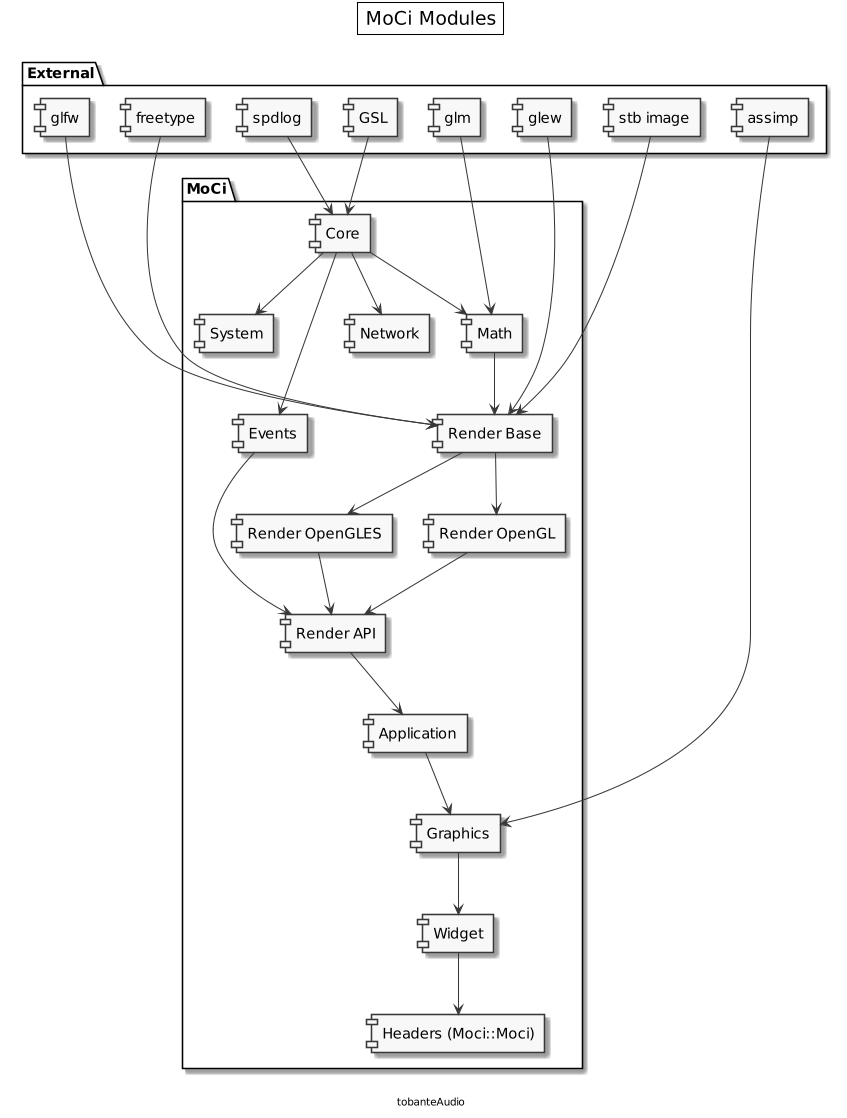
Above: docs/modules.png in tobanteAudio/moci (PlantUML), before the change.
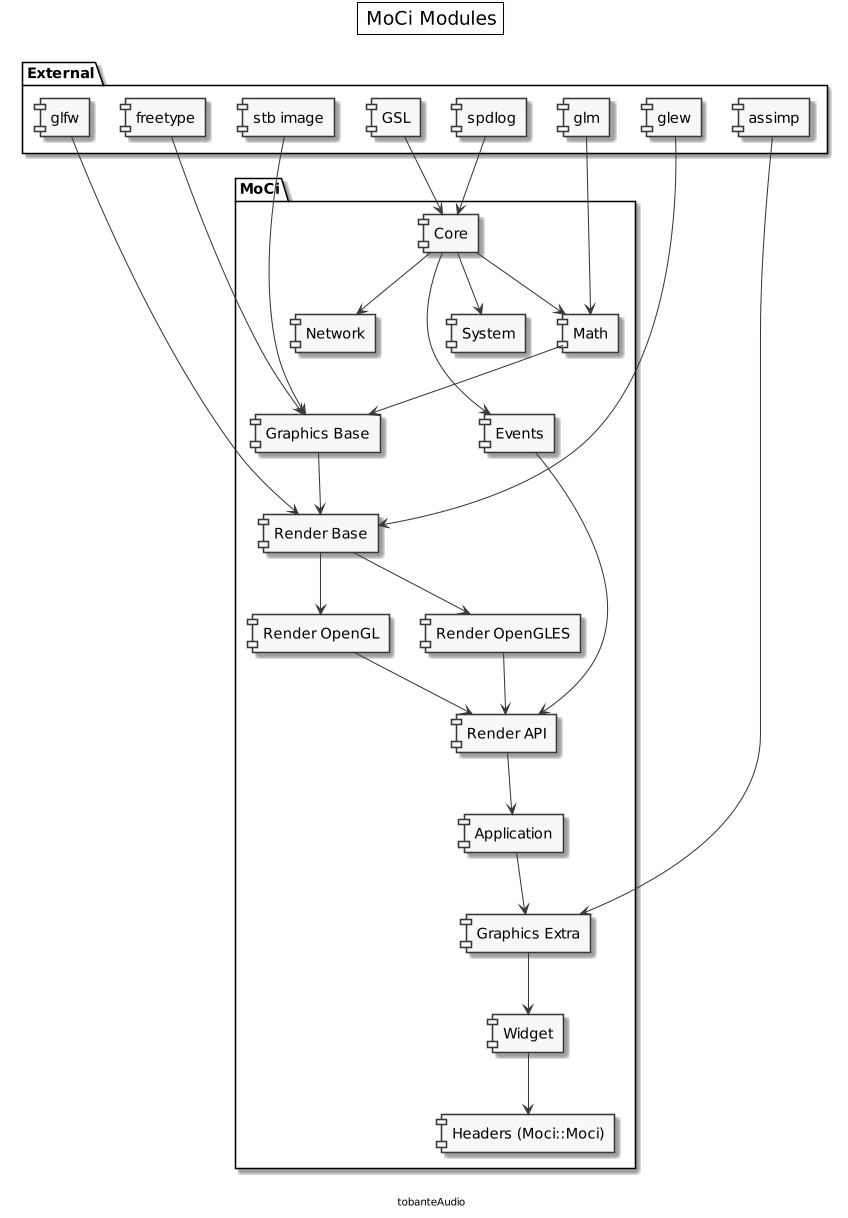
The same file after the commit.

Commit message:
Update module deps diagram

What changed in the source:
```diff
@@ -18,7 +18,8 @@
     [Application]
     [Core]
     [Events]
-    [Graphics]
+    [Graphics Base]
+    [Graphics Extra]
     [Headers (Moci::Moci)]
     [Math]
     [Network]
@@ -53,12 +54,14 @@
 
 [Core] --> [Math]
 [glm] --> [Math]
-[Math] --> [Render Base]
 
+[Math] --> [Graphics Base]
+[stb image] --> [Graphics Base]
+[freetype] --> [Graphics Base]
+
+[Graphics Base] --> [Render Base]
 [glfw] --> [Render Base]
 [glew] --> [Render Base]
-[stb image] --> [Render Base]
-[freetype] --> [Render Base]
 [Render Base] --> [Render OpenGL]
 [Render Base] --> [Render OpenGLES]
 
@@ -69,10 +72,10 @@
 
 [Render API] --> [Application]
 
-[Application] --> [Graphics]
-[assimp] --> [Graphics]
+[Application] --> [Graphics Extra]
+[assimp] --> [Graphics Extra]
 
-[Graphics] --> [Widget]
+[Graphics Extra] --> [Widget]
 
 [Widget] --> [Headers (Moci::Moci)]
 
```
